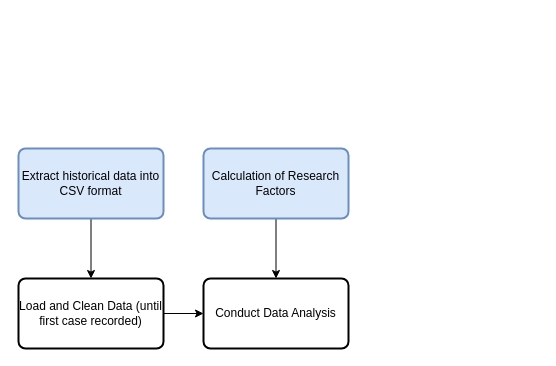
Earlier version of the draw.io diagram Report/DataCollection.drawio (93ramadan/uob-bdsa601-project). Source tidied: cells renumbered, new cells numbered last; positions are measured from the earlier drawing's top-left corner, leaving out a move shared by most shapes. Both pictures are drawn from the tidied source at 100%, with x=0, y=0 at pixel (18, 148).
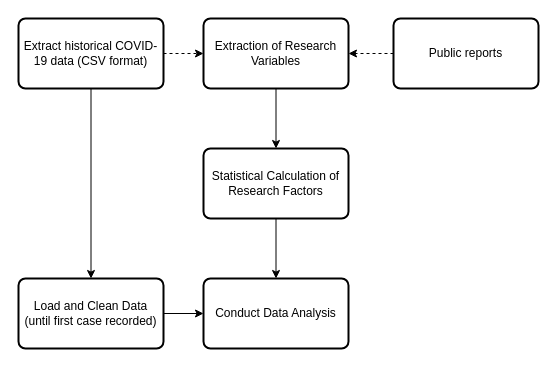
After the change.

The edit, as a diff of the source:
```diff
@@
 <mxGraphModel>
   <root>
     <mxCell id="0" />
     <mxCell id="1" parent="0" />
     <mxCell id="2" style="edgeStyle=orthogonalEdgeStyle;rounded=0;jettySize=auto;html=1;" parent="1" edge="1" source="3" target="7">
       <mxGeometry relative="1" as="geometry" />
     </mxCell>
+    <mxCell id="9" style="edgeStyle=orthogonalEdgeStyle;rounded=0;jettySize=auto;html=1;dashed=1;" parent="1" edge="1" source="3" target="11">
+      <mxGeometry relative="1" as="geometry" />
+    </mxCell>
-    <mxCell id="3" value="Extract historical data into CSV format" style="rounded=1;whiteSpace=wrap;html=1;absoluteArcSize=1;arcSize=14;strokeWidth=2;fillColor=#dae8fc;strokeColor=#6c8ebf;" parent="1" vertex="1">
-      <mxGeometry width="145" height="70" as="geometry" />
+    <mxCell id="3" value="Extract historical COVID-19 data (CSV format)" style="rounded=1;whiteSpace=wrap;html=1;absoluteArcSize=1;arcSize=14;strokeWidth=2;" parent="1" vertex="1">
+      <mxGeometry y="-130" width="145" height="70" as="geometry" />
     </mxCell>
     <mxCell id="4" style="edgeStyle=orthogonalEdgeStyle;rounded=0;jettySize=auto;html=1;" parent="1" edge="1" source="5" target="8">
       <mxGeometry relative="1" as="geometry" />
     </mxCell>
-    <mxCell id="5" value="Calculation of Research Factors" style="rounded=1;whiteSpace=wrap;html=1;absoluteArcSize=1;arcSize=14;strokeWidth=2;fillColor=#dae8fc;strokeColor=#6c8ebf;" parent="1" vertex="1">
+    <mxCell id="5" value="Statistical Calculation of Research Factors" style="rounded=1;whiteSpace=wrap;html=1;absoluteArcSize=1;arcSize=14;strokeWidth=2;" parent="1" vertex="1">
       <mxGeometry x="185" width="145" height="70" as="geometry" />
     </mxCell>
     <mxCell id="6" style="edgeStyle=orthogonalEdgeStyle;rounded=0;jettySize=auto;html=1;" parent="1" edge="1" source="7" target="8">
       <mxGeometry relative="1" as="geometry" />
     </mxCell>
-    <mxCell id="7" value="Load and Clean Data (until first case recorded)" style="rounded=1;whiteSpace=wrap;html=1;absoluteArcSize=1;arcSize=14;strokeWidth=2;" parent="1" vertex="1">
+    <mxCell id="7" value="Load and Clean Data&lt;br&gt;(until first case recorded)" style="rounded=1;whiteSpace=wrap;html=1;absoluteArcSize=1;arcSize=14;strokeWidth=2;" parent="1" vertex="1">
       <mxGeometry y="130" width="145" height="70" as="geometry" />
     </mxCell>
     <mxCell id="8" value="Conduct Data Analysis" style="rounded=1;whiteSpace=wrap;html=1;absoluteArcSize=1;arcSize=14;strokeWidth=2;" parent="1" vertex="1">
       <mxGeometry x="185" y="130" width="145" height="70" as="geometry" />
     </mxCell>
+    <mxCell id="10" style="edgeStyle=orthogonalEdgeStyle;rounded=0;jettySize=auto;html=1;" parent="1" edge="1" source="11" target="5">
+      <mxGeometry relative="1" as="geometry" />
+    </mxCell>
+    <mxCell id="11" value="Extraction of Research Variables" style="rounded=1;whiteSpace=wrap;html=1;absoluteArcSize=1;arcSize=14;strokeWidth=2;" parent="1" vertex="1">
+      <mxGeometry x="185" y="-130" width="145" height="70" as="geometry" />
+    </mxCell>
+    <mxCell id="12" style="edgeStyle=orthogonalEdgeStyle;rounded=0;jettySize=auto;html=1;dashed=1;" parent="1" edge="1" source="13" target="11">
+      <mxGeometry relative="1" as="geometry" />
+    </mxCell>
+    <mxCell id="13" value="Public reports" style="rounded=1;whiteSpace=wrap;html=1;absoluteArcSize=1;arcSize=14;strokeWidth=2;" parent="1" vertex="1">
+      <mxGeometry x="375" y="-130" width="145" height="70" as="geometry" />
+    </mxCell>
   </root>
 </mxGraphModel>
```
